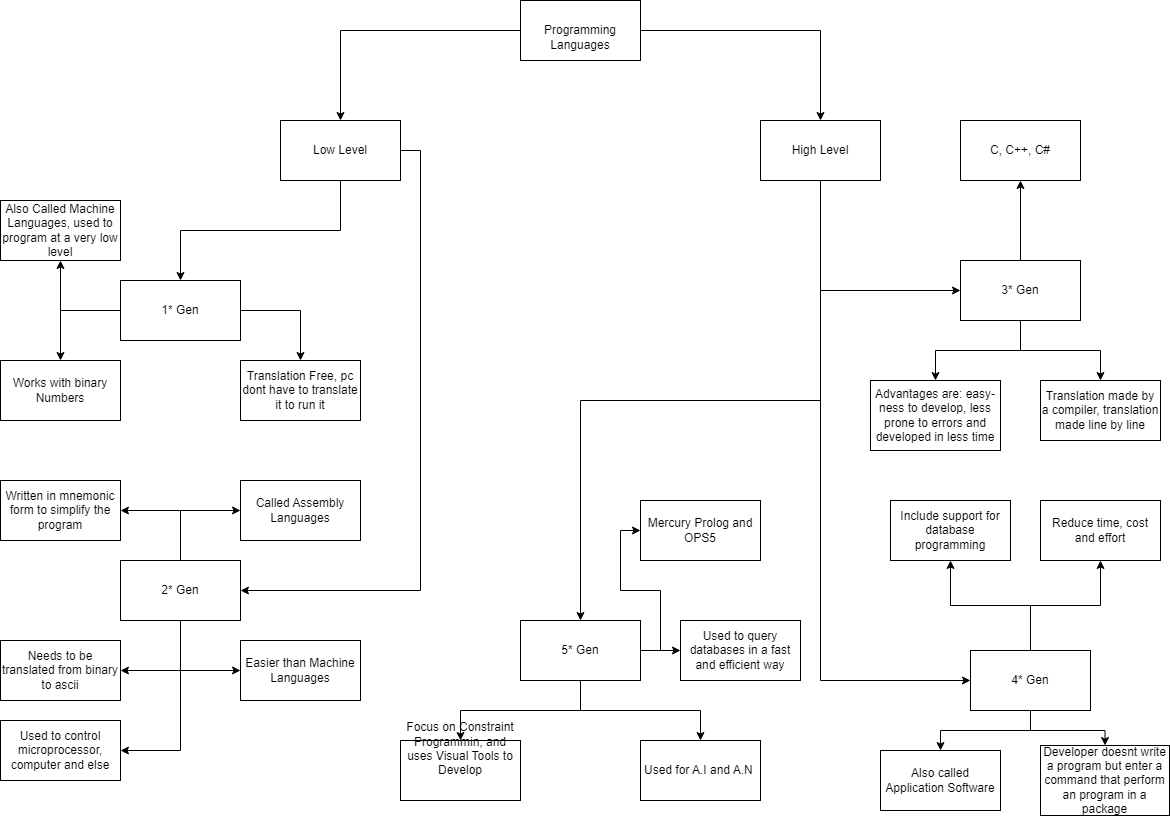
Above: LOWLEVELPROGRAMMING.png in massimoty/School (draw.io), before the change. Source tidied: cells renumbered, new cells last; positions are measured from the earlier drawing's top-left corner, leaving out a move shared by most shapes.
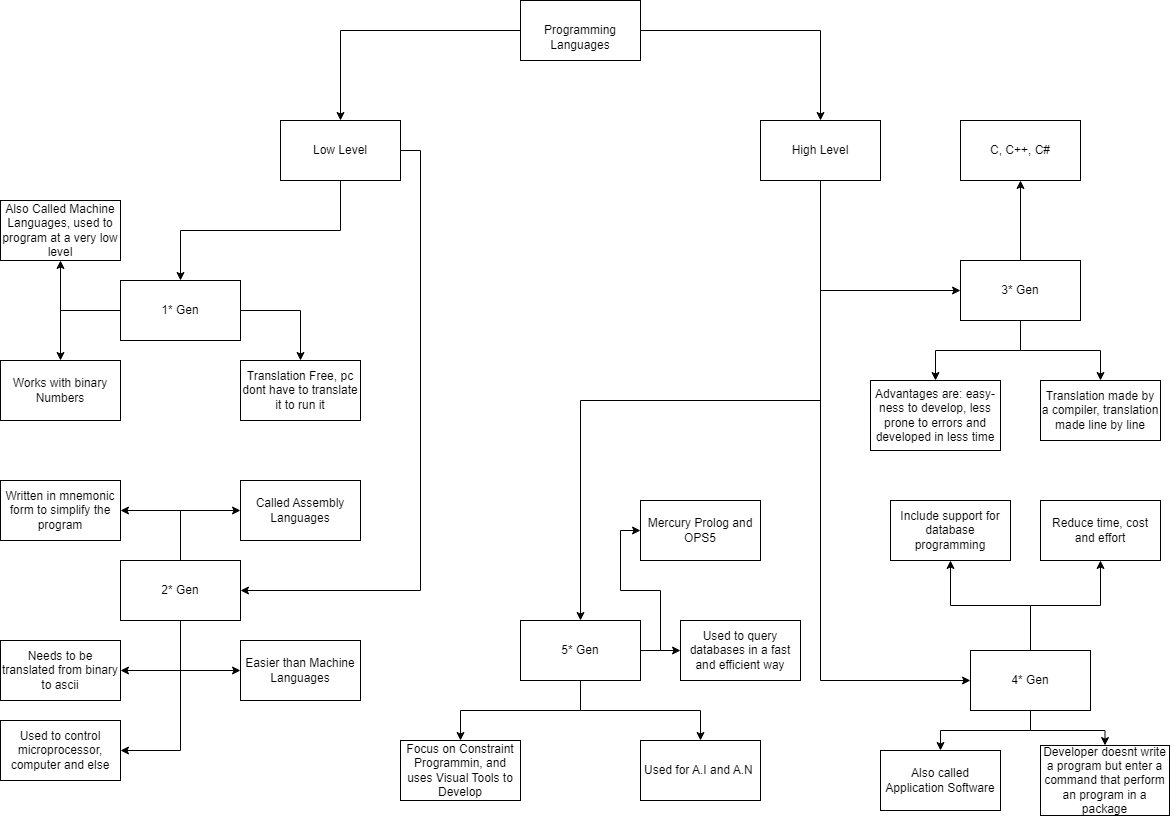
Later version of the same file.

Diff of the diagram source:
```diff
@@ -149,7 +149,7 @@
     <mxCell id="50" value="Also called Application Software" style="rounded=0;whiteSpace=wrap;html=1;" parent="1" vertex="1">
       <mxGeometry x="880" y="750" width="120" height="60" as="geometry" />
     </mxCell>
-    <mxCell id="51" value="Focus on Constraint Programmin, and uses Visual Tools to Develop&lt;br&gt;&lt;br&gt;&lt;br&gt;&lt;br&gt;" style="rounded=0;whiteSpace=wrap;html=1;" parent="1" vertex="1">
+    <mxCell id="51" value="Focus on Constraint Programmin, and uses Visual Tools to Develop&lt;br&gt;" style="rounded=0;whiteSpace=wrap;html=1;" parent="1" vertex="1">
       <mxGeometry x="400" y="740" width="120" height="60" as="geometry" />
     </mxCell>
     <mxCell id="52" value="Used for A.I and A.N&amp;nbsp;" style="rounded=0;whiteSpace=wrap;html=1;" parent="1" vertex="1">
```
